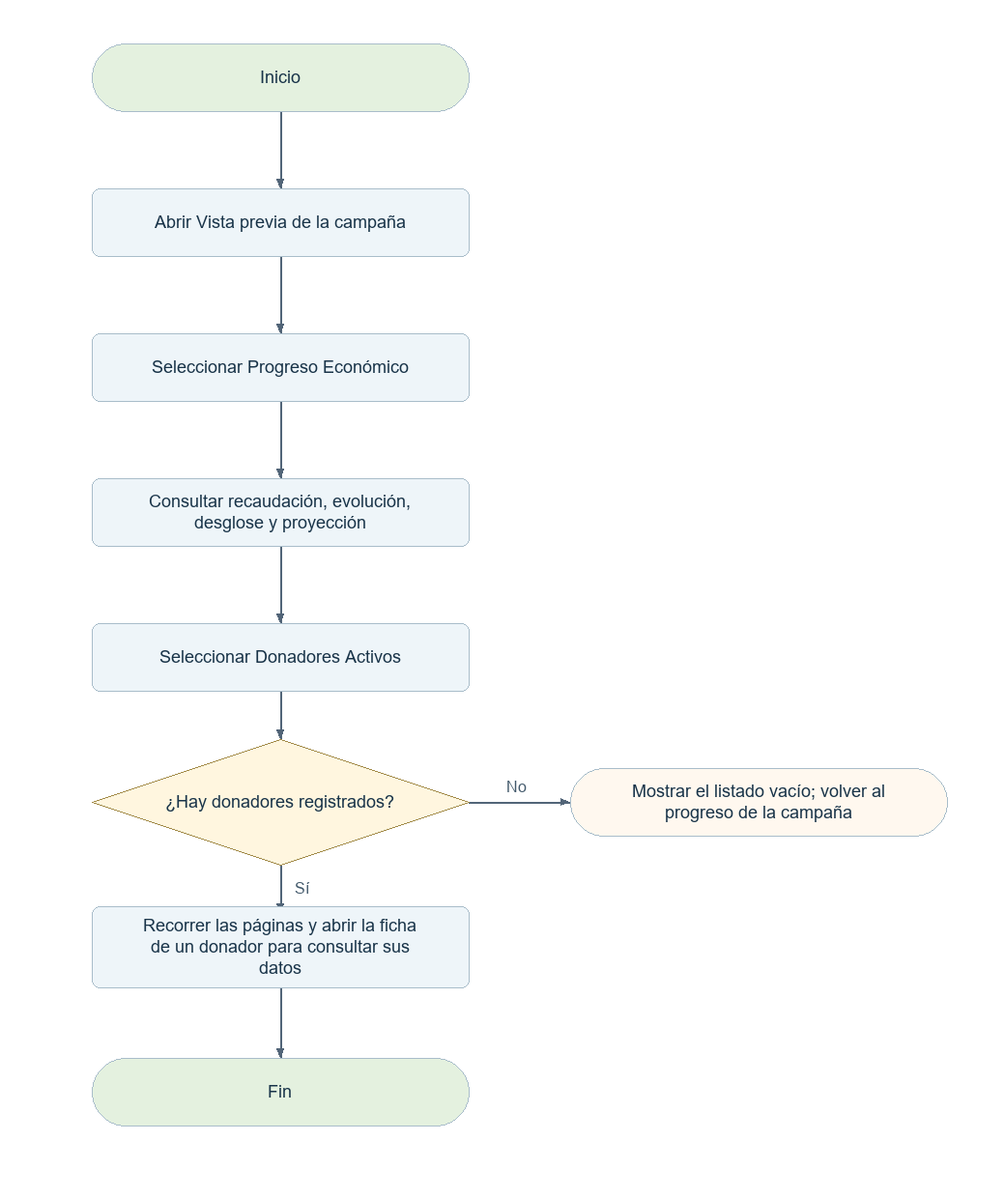
This is docs/diagramas-web/png/E07.png from elingeyesdev/t3-crowdfunding-inversion, a Mermaid export, as it was before one commit. Its source is kept beside it as docs/diagramas-web/mermaid/E07.mmd.
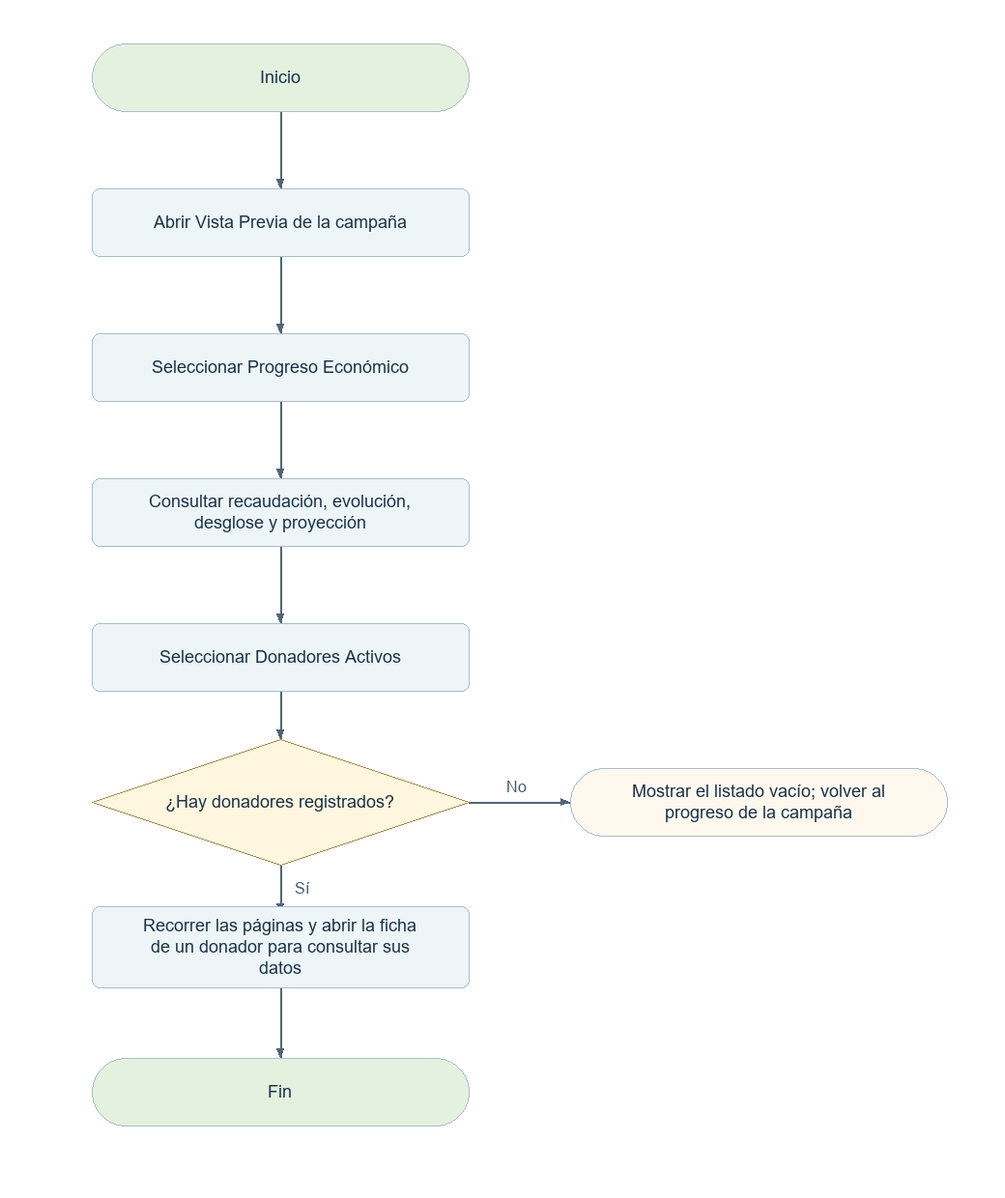
Above is the later version.

What changed in the source:
```diff
@@ -1,7 +1,7 @@
 flowchart TD
   N0(["Inicio"])
   N0 --> N1
-  N1["Abrir Vista previa de la campaña"]
+  N1["Abrir Vista Previa de la campaña"]
   N1 --> N2
   N2["Seleccionar Progreso Económico"]
   N2 --> N3
```
